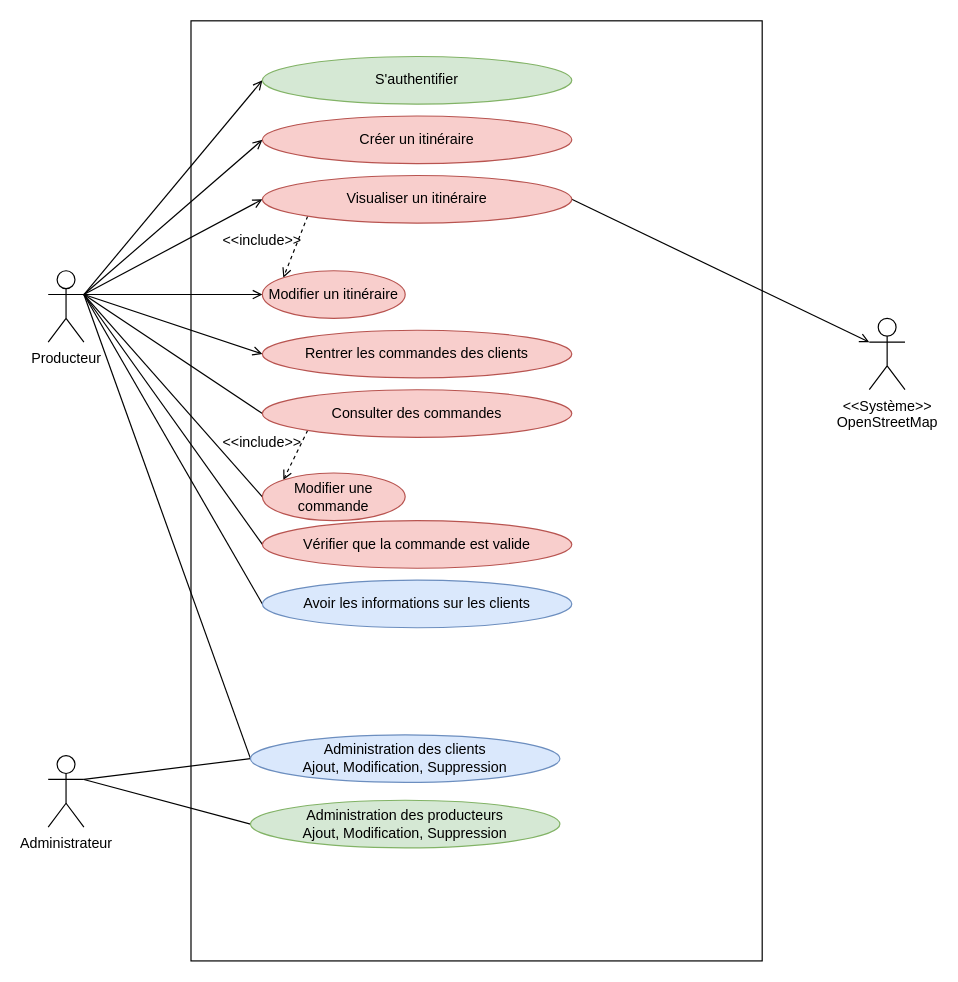
Above: GenieLogiciel/Diagrammes/CasUtilisation.drawio in aeiiver/the-farmer-project (draw.io), before the change. Source tidied: cells renumbered, new cells numbered last; positions are measured from the earlier drawing's top-left corner, leaving out a move shared by most shapes. Both pictures are drawn from the tidied source at 119%, with x=0, y=0 at pixel (48, 20).
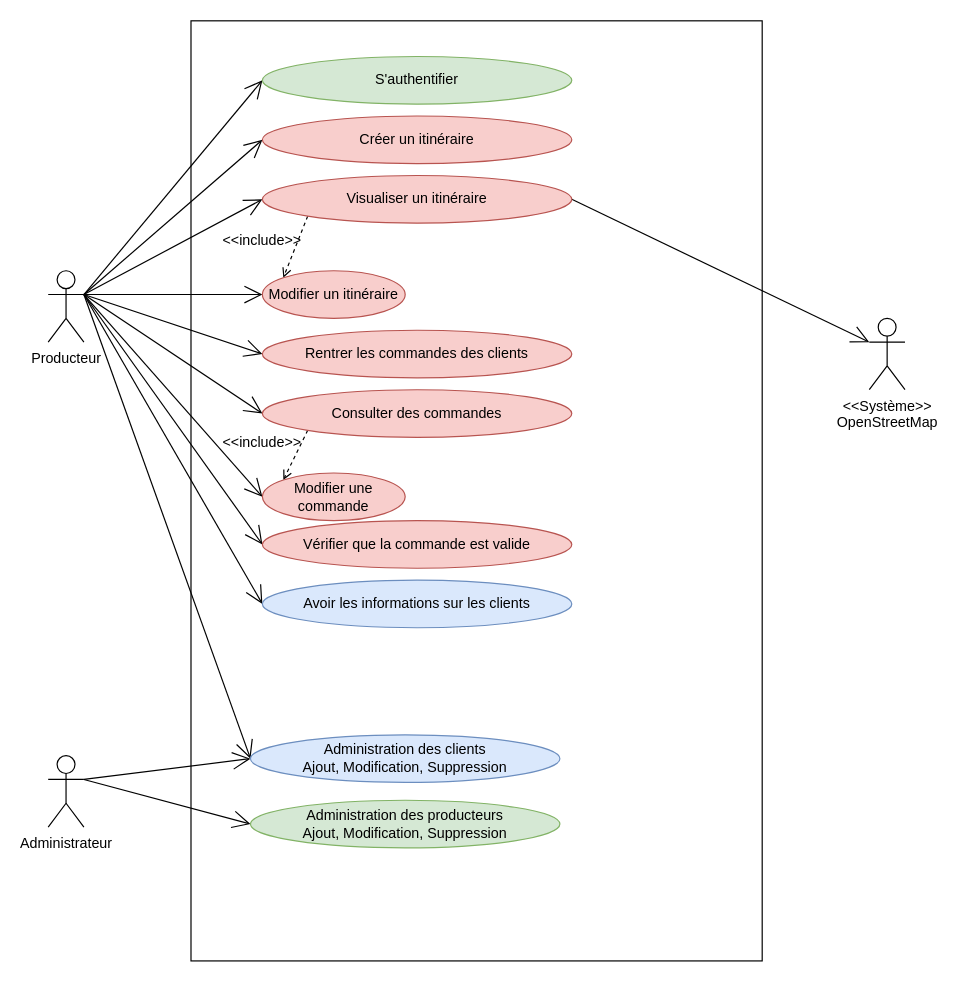
Above is the later version.

Commit message:
Mise à jour du diagramme de cas d'utilisation

The change refers to these unchanged cells:
```xml
<mxCell id="4" value="Producteur" style="shape=umlActor;verticalLabelPosition=bottom;verticalAlign=top;html=1;" parent="1" vertex="1">
  <mxGeometry y="210" width="30" height="60" as="geometry" />
</mxCell>
<mxCell id="5" value="Administrateur" style="shape=umlActor;verticalLabelPosition=bottom;verticalAlign=top;html=1;" parent="1" vertex="1">
  <mxGeometry y="617.5" width="30" height="60" as="geometry" />
</mxCell>
<mxCell id="6" value="&lt;div&gt;&amp;lt;&amp;lt;Système&amp;gt;&amp;gt;&lt;/div&gt;&lt;div&gt;OpenStreetMap&lt;br&gt;&lt;/div&gt;" style="shape=umlActor;verticalLabelPosition=bottom;verticalAlign=top;html=1;outlineConnect=0;" parent="1" vertex="1">
  <mxGeometry x="690" y="250" width="30" height="60" as="geometry" />
</mxCell>
<mxCell id="10" value="Visualiser un itinéraire" style="ellipse;whiteSpace=wrap;html=1;fillColor=#f8cecc;strokeColor=#b85450;" parent="1" vertex="1">
  <mxGeometry x="180" y="130" width="260" height="40" as="geometry" />
</mxCell>
<mxCell id="11" value="Créer un itinéraire" style="ellipse;whiteSpace=wrap;html=1;fillColor=#f8cecc;strokeColor=#b85450;" parent="1" vertex="1">
  <mxGeometry x="180" y="80" width="260" height="40" as="geometry" />
</mxCell>
<mxCell id="13" value="Modifier un itinéraire" style="ellipse;whiteSpace=wrap;html=1;fillColor=#f8cecc;strokeColor=#b85450;" parent="1" vertex="1">
  <mxGeometry x="180" y="210" width="120" height="40" as="geometry" />
</mxCell>
<mxCell id="15" value="Rentrer les commandes des clients" style="ellipse;whiteSpace=wrap;html=1;fillColor=#f8cecc;strokeColor=#b85450;" parent="1" vertex="1">
  <mxGeometry x="180" y="260" width="260" height="40" as="geometry" />
</mxCell>
<mxCell id="18" value="Consulter des commandes" style="ellipse;whiteSpace=wrap;html=1;fillColor=#f8cecc;strokeColor=#b85450;" parent="1" vertex="1">
  <mxGeometry x="180" y="310" width="260" height="40" as="geometry" />
</mxCell>
<mxCell id="20" value="Avoir les informations sur les clients" style="ellipse;whiteSpace=wrap;html=1;fillColor=#dae8fc;strokeColor=#6c8ebf;" parent="1" vertex="1">
  <mxGeometry x="180" y="470" width="260" height="40" as="geometry" />
</mxCell>
<mxCell id="23" value="&lt;div&gt;Administration des clients&lt;/div&gt;&lt;div&gt;Ajout, Modification, Suppression&lt;br&gt;&lt;/div&gt;" style="ellipse;whiteSpace=wrap;html=1;fillColor=#dae8fc;strokeColor=#6c8ebf;" parent="1" vertex="1">
  <mxGeometry x="170" y="600" width="260" height="40" as="geometry" />
</mxCell>
<mxCell id="25" value="&lt;div&gt;Administration des producteurs&lt;/div&gt;Ajout, Modification, Suppression" style="ellipse;whiteSpace=wrap;html=1;fillColor=#d5e8d4;strokeColor=#82b366;" parent="1" vertex="1">
  <mxGeometry x="170" y="655" width="260" height="40" as="geometry" />
</mxCell>
<mxCell id="27" value="S'authentifier" style="ellipse;whiteSpace=wrap;html=1;fillColor=#d5e8d4;strokeColor=#82b366;" parent="1" vertex="1">
  <mxGeometry x="180" y="30" width="260" height="40" as="geometry" />
</mxCell>
<mxCell id="29" value="Modifier une commande" style="ellipse;whiteSpace=wrap;html=1;fillColor=#f8cecc;strokeColor=#b85450;" parent="1" vertex="1">
  <mxGeometry x="180" y="380" width="120" height="40" as="geometry" />
</mxCell>
<mxCell id="33" value="Vérifier que la commande est valide" style="ellipse;whiteSpace=wrap;html=1;fillColor=#f8cecc;strokeColor=#b85450;" parent="1" vertex="1">
  <mxGeometry x="180" y="420" width="260" height="40" as="geometry" />
</mxCell>
```

What changed in the source:
```diff
@@
-    <mxCell id="3" style="edgeStyle=none;rounded=0;jettySize=auto;html=1;exitX=1;exitY=0.3333333333333333;exitDx=0;exitDy=0;exitPerimeter=0;entryX=0;entryY=0.5;entryDx=0;entryDy=0;endArrow=open;endFill=0;startArrow=none;startFill=0;" parent="1" edge="1" source="4" target="11">
+    <mxCell id="3" style="edgeStyle=none;rounded=0;jettySize=auto;html=1;exitX=1;exitY=0.3333333333333333;exitDx=0;exitDy=0;exitPerimeter=0;entryX=0;entryY=0.5;entryDx=0;entryDy=0;endArrow=open;endFill=0;startArrow=none;startFill=0;endSize=13;startSize=13;" parent="1" edge="1" source="4" target="11">
       <mxGeometry relative="1" as="geometry" />
     </mxCell>
@@
-    <mxCell id="7" style="rounded=0;jettySize=auto;html=1;exitX=1;exitY=0.5;exitDx=0;exitDy=0;entryX=0;entryY=0.3333333333333333;entryDx=0;entryDy=0;entryPerimeter=0;endArrow=open;endFill=0;" parent="1" edge="1" source="10" target="6">
+    <mxCell id="7" style="rounded=0;jettySize=auto;html=1;exitX=1;exitY=0.5;exitDx=0;exitDy=0;entryX=0;entryY=0.3333333333333333;entryDx=0;entryDy=0;entryPerimeter=0;endArrow=open;endFill=0;endSize=13;" parent="1" edge="1" source="10" target="6">
       <mxGeometry relative="1" as="geometry" />
     </mxCell>
-    <mxCell id="8" style="edgeStyle=none;rounded=0;jettySize=auto;html=1;exitX=0;exitY=0.5;exitDx=0;exitDy=0;entryX=1;entryY=0.3333333333333333;entryDx=0;entryDy=0;entryPerimeter=0;endArrow=none;endFill=0;startArrow=open;startFill=0;" parent="1" edge="1" source="10" target="4">
+    <mxCell id="8" style="edgeStyle=none;rounded=0;jettySize=auto;html=1;exitX=0;exitY=0.5;exitDx=0;exitDy=0;entryX=1;entryY=0.3333333333333333;entryDx=0;entryDy=0;entryPerimeter=0;endArrow=none;endFill=0;startArrow=open;startFill=0;endSize=13;startSize=13;" parent="1" edge="1" source="10" target="4">
       <mxGeometry relative="1" as="geometry" />
     </mxCell>
@@
-    <mxCell id="12" style="edgeStyle=none;rounded=0;jettySize=auto;html=1;exitX=0;exitY=0.5;exitDx=0;exitDy=0;endArrow=none;endFill=0;startArrow=open;startFill=0;" parent="1" edge="1" source="13">
+    <mxCell id="12" style="edgeStyle=none;rounded=0;jettySize=auto;html=1;exitX=0;exitY=0.5;exitDx=0;exitDy=0;endArrow=none;endFill=0;startArrow=open;startFill=0;endSize=13;startSize=13;" parent="1" edge="1" source="13">
       <mxGeometry relative="1" as="geometry">
         <mxPoint x="30" y="230" as="targetPoint" />
       </mxGeometry>
     </mxCell>
@@
-    <mxCell id="14" style="edgeStyle=none;rounded=0;jettySize=auto;html=1;exitX=0;exitY=0.5;exitDx=0;exitDy=0;entryX=1;entryY=0.3333333333333333;entryDx=0;entryDy=0;entryPerimeter=0;endArrow=none;endFill=0;startArrow=open;startFill=0;" parent="1" edge="1" source="15" target="4">
+    <mxCell id="14" style="edgeStyle=none;rounded=0;jettySize=auto;html=1;exitX=0;exitY=0.5;exitDx=0;exitDy=0;entryX=1;entryY=0.3333333333333333;entryDx=0;entryDy=0;entryPerimeter=0;endArrow=none;endFill=0;startArrow=open;startFill=0;endSize=13;startSize=13;" parent="1" edge="1" source="15" target="4">
       <mxGeometry relative="1" as="geometry" />
     </mxCell>
@@
-    <mxCell id="16" style="edgeStyle=none;rounded=0;jettySize=auto;html=1;exitX=0;exitY=0.5;exitDx=0;exitDy=0;entryX=1;entryY=0.3333333333333333;entryDx=0;entryDy=0;entryPerimeter=0;endArrow=none;endFill=0;" parent="1" edge="1" source="18" target="4">
+    <mxCell id="16" style="edgeStyle=none;rounded=0;jettySize=auto;html=1;exitX=0;exitY=0.5;exitDx=0;exitDy=0;entryX=1;entryY=0.3333333333333333;entryDx=0;entryDy=0;entryPerimeter=0;endArrow=none;endFill=0;startArrow=open;startFill=0;endSize=13;startSize=13;" parent="1" edge="1" source="18" target="4">
       <mxGeometry relative="1" as="geometry" />
     </mxCell>
@@
-    <mxCell id="19" style="edgeStyle=none;rounded=0;jettySize=auto;html=1;exitX=0;exitY=0.5;exitDx=0;exitDy=0;entryX=1;entryY=0.3333333333333333;entryDx=0;entryDy=0;entryPerimeter=0;endArrow=none;endFill=0;" parent="1" edge="1" source="20" target="4">
+    <mxCell id="19" style="edgeStyle=none;rounded=0;jettySize=auto;html=1;exitX=0;exitY=0.5;exitDx=0;exitDy=0;entryX=1;entryY=0.3333333333333333;entryDx=0;entryDy=0;entryPerimeter=0;endArrow=none;endFill=0;startArrow=open;startFill=0;endSize=13;startSize=13;" parent="1" edge="1" source="20" target="4">
       <mxGeometry relative="1" as="geometry" />
     </mxCell>
@@
-    <mxCell id="21" style="edgeStyle=none;rounded=0;jettySize=auto;html=1;exitX=0;exitY=0.5;exitDx=0;exitDy=0;entryX=1;entryY=0.3333333333333333;entryDx=0;entryDy=0;entryPerimeter=0;endArrow=none;endFill=0;" parent="1" edge="1" source="23" target="5">
+    <mxCell id="21" style="edgeStyle=none;rounded=0;jettySize=auto;html=1;exitX=0;exitY=0.5;exitDx=0;exitDy=0;entryX=1;entryY=0.3333333333333333;entryDx=0;entryDy=0;entryPerimeter=0;endArrow=none;endFill=0;startArrow=open;startFill=0;endSize=13;startSize=13;" parent="1" edge="1" source="23" target="5">
       <mxGeometry relative="1" as="geometry" />
     </mxCell>
-    <mxCell id="22" style="rounded=0;jettySize=auto;html=1;exitX=0;exitY=0.5;exitDx=0;exitDy=0;endArrow=none;endFill=0;" parent="1" edge="1" source="23">
+    <mxCell id="22" style="rounded=0;jettySize=auto;html=1;exitX=0;exitY=0.5;exitDx=0;exitDy=0;endArrow=none;endFill=0;startArrow=open;startFill=0;endSize=13;startSize=13;" parent="1" edge="1" source="23">
       <mxGeometry relative="1" as="geometry">
         <mxPoint x="30" y="230" as="targetPoint" />
       </mxGeometry>
     </mxCell>
@@
-    <mxCell id="24" style="edgeStyle=none;rounded=0;jettySize=auto;html=1;exitX=0;exitY=0.5;exitDx=0;exitDy=0;entryX=1;entryY=0.3333333333333333;entryDx=0;entryDy=0;entryPerimeter=0;endArrow=none;endFill=0;" parent="1" edge="1" source="25" target="5">
+    <mxCell id="24" style="edgeStyle=none;rounded=0;jettySize=auto;html=1;exitX=0;exitY=0.5;exitDx=0;exitDy=0;entryX=1;entryY=0.3333333333333333;entryDx=0;entryDy=0;entryPerimeter=0;endArrow=none;endFill=0;startArrow=open;startFill=0;endSize=13;startSize=13;" parent="1" edge="1" source="25" target="5">
       <mxGeometry relative="1" as="geometry" />
     </mxCell>
@@
-    <mxCell id="26" style="edgeStyle=none;rounded=0;jettySize=auto;html=1;exitX=0;exitY=0.5;exitDx=0;exitDy=0;entryX=1;entryY=0.3333333333333333;entryDx=0;entryDy=0;entryPerimeter=0;endArrow=none;endFill=0;startArrow=open;startFill=0;" parent="1" edge="1" source="27" target="4">
+    <mxCell id="26" style="edgeStyle=none;rounded=0;jettySize=auto;html=1;exitX=0;exitY=0.5;exitDx=0;exitDy=0;entryX=1;entryY=0.3333333333333333;entryDx=0;entryDy=0;entryPerimeter=0;endArrow=none;endFill=0;startArrow=open;startFill=0;endSize=13;startSize=13;" parent="1" edge="1" source="27" target="4">
       <mxGeometry relative="1" as="geometry" />
     </mxCell>
@@
-    <mxCell id="28" style="edgeStyle=none;rounded=0;jettySize=auto;html=1;exitX=0;exitY=0.5;exitDx=0;exitDy=0;endArrow=none;endFill=0;" parent="1" edge="1" source="29">
+    <mxCell id="28" style="edgeStyle=none;rounded=0;jettySize=auto;html=1;exitX=0;exitY=0.5;exitDx=0;exitDy=0;endArrow=none;endFill=0;startArrow=open;startFill=0;endSize=13;startSize=13;" parent="1" edge="1" source="29">
       <mxGeometry relative="1" as="geometry">
         <mxPoint x="30" y="230" as="targetPoint" />
       </mxGeometry>
     </mxCell>
@@
-    <mxCell id="32" style="edgeStyle=none;rounded=0;jettySize=auto;html=1;exitX=0;exitY=0.5;exitDx=0;exitDy=0;endArrow=none;endFill=0;" parent="1" edge="1" source="33">
+    <mxCell id="32" style="edgeStyle=none;rounded=0;jettySize=auto;html=1;exitX=0;exitY=0.5;exitDx=0;exitDy=0;endArrow=none;endFill=0;startArrow=open;startFill=0;endSize=13;startSize=13;" parent="1" edge="1" source="33">
       <mxGeometry relative="1" as="geometry">
         <mxPoint x="30" y="230" as="targetPoint" />
       </mxGeometry>
     </mxCell>
```
